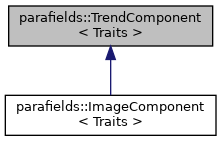
Before: a00972.png, a diagram exported from Graphviz (parafields/parafields-core). Its source is kept beside it as a00972.dot.
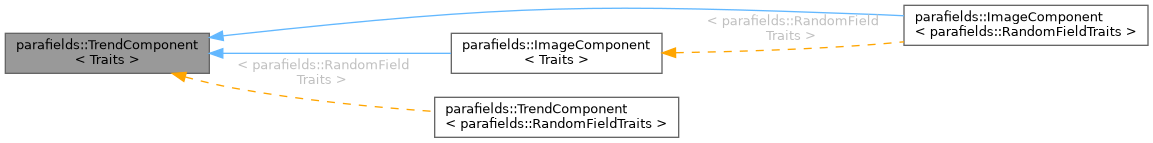
Later version of the same file.

The edit, as a diff of the source:
```diff
@@ -1,8 +1,15 @@
 digraph "parafields::TrendComponent&lt; Traits &gt;"
 {
-  edge [fontname="Helvetica",fontsize="10",labelfontname="Helvetica",labelfontsize="10"];
-  node [fontname="Helvetica",fontsize="10",shape=record];
-  Node1 [label="parafields::TrendComponent\l\< Traits \>",height=0.2,width=0.4,color="black", fillcolor="grey75", style="filled", fontcolor="black",tooltip="Component of random field representing deterministic structure."];
-  Node1 -> Node2 [dir="back",color="midnightblue",fontsize="10",style="solid",fontname="Helvetica"];
-  Node2 [label="parafields::ImageComponent\l\< Traits \>",height=0.2,width=0.4,color="black", fillcolor="white", style="filled",URL="$a00977.html",tooltip="Component of random field based on pixel image."];
+  bgcolor="transparent";
+  edge [fontname=Helvetica,fontsize=10,labelfontname=Helvetica,labelfontsize=10];
+  node [fontname=Helvetica,fontsize=10,shape=box,height=0.2,width=0.4];
+  rankdir="LR";
+  Node1 [id="Node000001",label="parafields::TrendComponent\l\< Traits \>",height=0.2,width=0.4,color="gray40", fillcolor="grey60", style="filled", fontcolor="black",tooltip="Component of random field representing deterministic structure."];
+  Node1 -> Node2 [id="edge1_Node000001_Node000002",dir="back",color="steelblue1",style="solid",tooltip=" "];
+  Node2 [id="Node000002",label="parafields::ImageComponent\l\< parafields::RandomFieldTraits \>",height=0.2,width=0.4,color="gray40", fillcolor="white", style="filled",URL="$a00977.html",tooltip=" "];
+  Node1 -> Node3 [id="edge2_Node000001_Node000003",dir="back",color="steelblue1",style="solid",tooltip=" "];
+  Node3 [id="Node000003",label="parafields::ImageComponent\l\< Traits \>",height=0.2,width=0.4,color="gray40", fillcolor="white", style="filled",URL="$a00977.html",tooltip="Component of random field based on pixel image."];
+  Node3 -> Node2 [id="edge3_Node000003_Node000002",dir="back",color="orange",style="dashed",tooltip=" ",label=" \< parafields::RandomField\lTraits \>",fontcolor="grey" ];
+  Node1 -> Node4 [id="edge4_Node000001_Node000004",dir="back",color="orange",style="dashed",tooltip=" ",label=" \< parafields::RandomField\lTraits \>",fontcolor="grey" ];
+  Node4 [id="Node000004",label="parafields::TrendComponent\l\< parafields::RandomFieldTraits \>",height=0.2,width=0.4,color="gray40", fillcolor="white", style="filled",URL="$a00973.html",tooltip=" "];
 }
```
